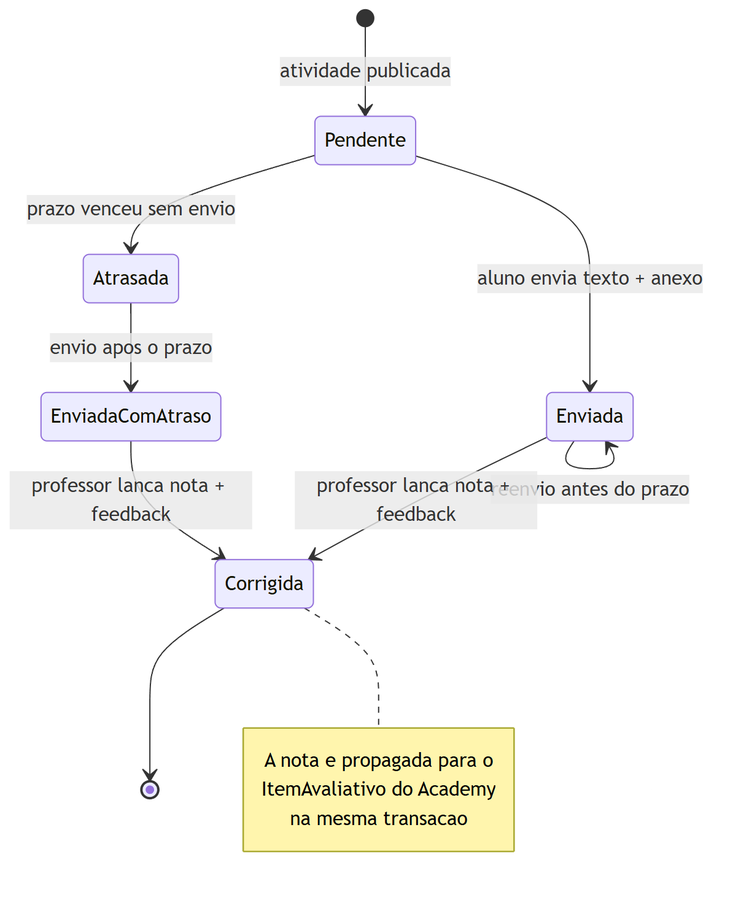
This is docs/diagramas/png/estado-entrega.png from bebberjoao/RoosterOneBackend, a Mermaid export, as it was before one commit. Its source is kept beside it as docs/diagramas/src/estado-entrega.mmd. The source it was exported from:
```mermaid
stateDiagram-v2
  [*] --> Pendente : atividade publicada
  Pendente --> Enviada : aluno envia texto + anexo
  Pendente --> Atrasada : prazo venceu sem envio
  Atrasada --> EnviadaComAtraso : envio apos o prazo
  Enviada --> Enviada : reenvio antes do prazo
  Enviada --> Corrigida : professor lanca nota + feedback
  EnviadaComAtraso --> Corrigida : professor lanca nota + feedback
  Corrigida --> [*]

  note right of Corrigida
    A nota e propagada para o
    ItemAvaliativo do Academy
    na mesma transacao
  end note
```
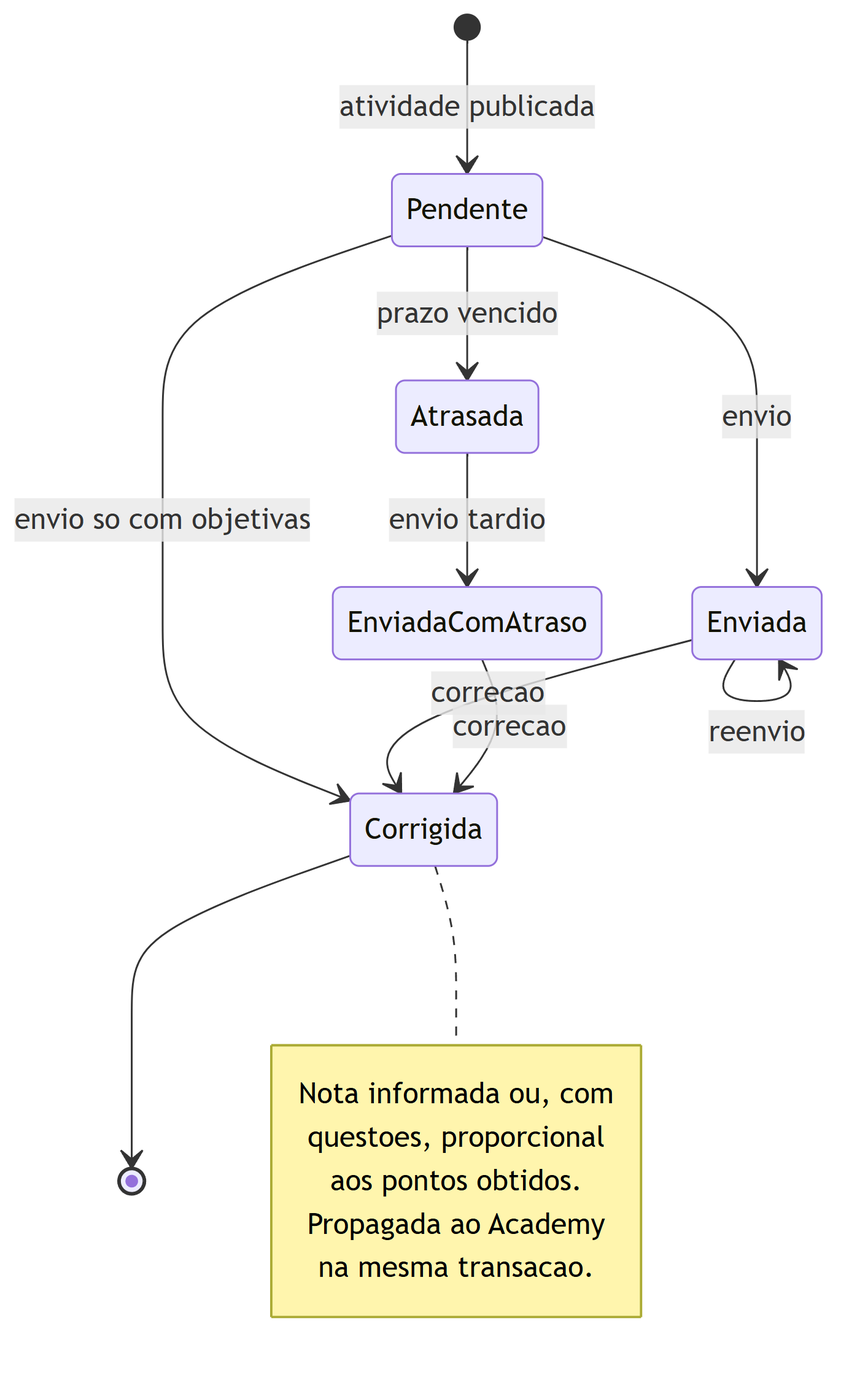
The same diagram one commit later.

The edit, as a diff of the source:
```diff
@@ -1,15 +1,18 @@
 stateDiagram-v2
   [*] --> Pendente : atividade publicada
-  Pendente --> Enviada : aluno envia texto + anexo
-  Pendente --> Atrasada : prazo venceu sem envio
-  Atrasada --> EnviadaComAtraso : envio apos o prazo
-  Enviada --> Enviada : reenvio antes do prazo
-  Enviada --> Corrigida : professor lanca nota + feedback
-  EnviadaComAtraso --> Corrigida : professor lanca nota + feedback
+  Pendente --> Enviada : envio
+  Pendente --> Atrasada : prazo vencido
+  Pendente --> Corrigida : envio so com objetivas
+  Atrasada --> EnviadaComAtraso : envio tardio
+  Enviada --> Enviada : reenvio
+  Enviada --> Corrigida : correcao
+  EnviadaComAtraso --> Corrigida : correcao
   Corrigida --> [*]
 
   note right of Corrigida
-    A nota e propagada para o
-    ItemAvaliativo do Academy
-    na mesma transacao
+    Nota informada ou, com
+    questoes, proporcional
+    aos pontos obtidos.
+    Propagada ao Academy
+    na mesma transacao.
   end note
```
